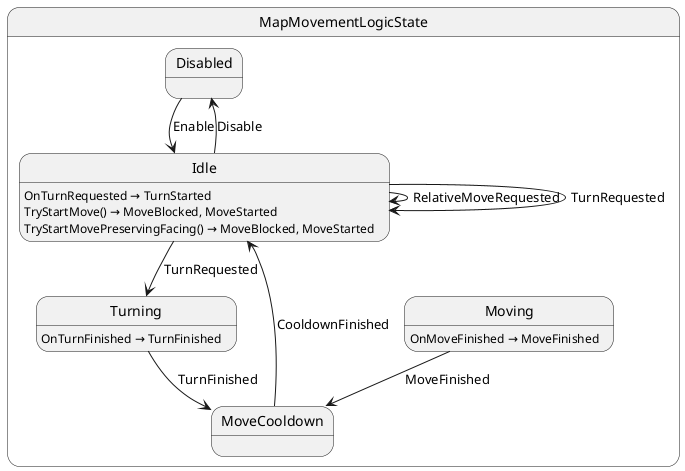
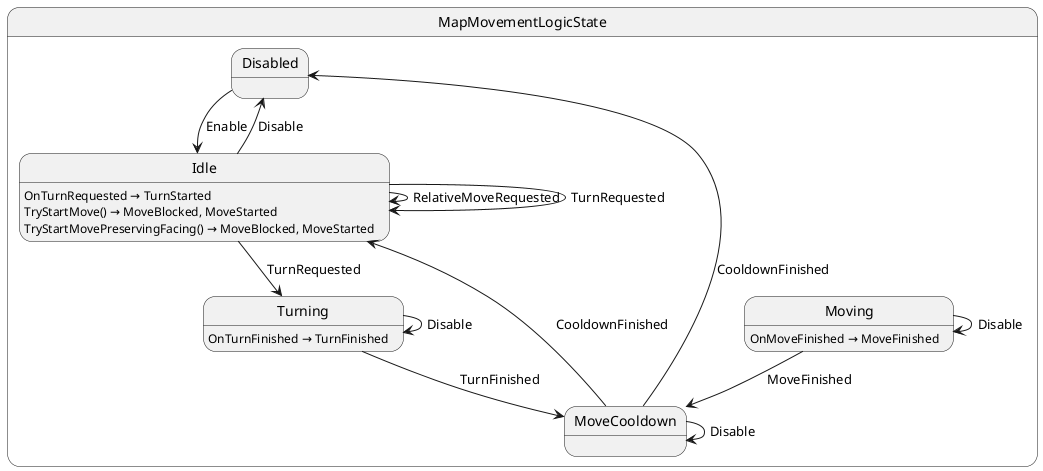
@startuml MapMovementLogicState
state "MapMovementLogicState" as Labyrinth_MapMovementLogicState {
  state "Disabled" as Labyrinth_MapMovementLogicState_Disabled
  state "Idle" as Labyrinth_MapMovementLogicState_Idle
  state "MoveCooldown" as Labyrinth_MapMovementLogicState_MoveCooldown
  state "Moving" as Labyrinth_MapMovementLogicState_Moving
  state "Turning" as Labyrinth_MapMovementLogicState_Turning
}

Labyrinth_MapMovementLogicState_Disabled --> Labyrinth_MapMovementLogicState_Idle : Enable
Labyrinth_MapMovementLogicState_Idle --> Labyrinth_MapMovementLogicState_Disabled : Disable
Labyrinth_MapMovementLogicState_Idle --> Labyrinth_MapMovementLogicState_Idle : RelativeMoveRequested
Labyrinth_MapMovementLogicState_Idle --> Labyrinth_MapMovementLogicState_Idle : TurnRequested
Labyrinth_MapMovementLogicState_Idle --> Labyrinth_MapMovementLogicState_Turning : TurnRequested
+ Labyrinth_MapMovementLogicState_MoveCooldown --> Labyrinth_MapMovementLogicState_Disabled : CooldownFinished
Labyrinth_MapMovementLogicState_MoveCooldown --> Labyrinth_MapMovementLogicState_Idle : CooldownFinished
+ Labyrinth_MapMovementLogicState_MoveCooldown --> Labyrinth_MapMovementLogicState_MoveCooldown : Disable
Labyrinth_MapMovementLogicState_Moving --> Labyrinth_MapMovementLogicState_MoveCooldown : MoveFinished
+ Labyrinth_MapMovementLogicState_Moving --> Labyrinth_MapMovementLogicState_Moving : Disable
Labyrinth_MapMovementLogicState_Turning --> Labyrinth_MapMovementLogicState_MoveCooldown : TurnFinished
+ Labyrinth_MapMovementLogicState_Turning --> Labyrinth_MapMovementLogicState_Turning : Disable

Labyrinth_MapMovementLogicState_Idle : OnTurnRequested → TurnStarted
Labyrinth_MapMovementLogicState_Idle : TryStartMove() → MoveBlocked, MoveStarted
Labyrinth_MapMovementLogicState_Idle : TryStartMovePreservingFacing() → MoveBlocked, MoveStarted
Labyrinth_MapMovementLogicState_Moving : OnMoveFinished → MoveFinished
Labyrinth_MapMovementLogicState_Turning : OnTurnFinished → TurnFinished
@enduml